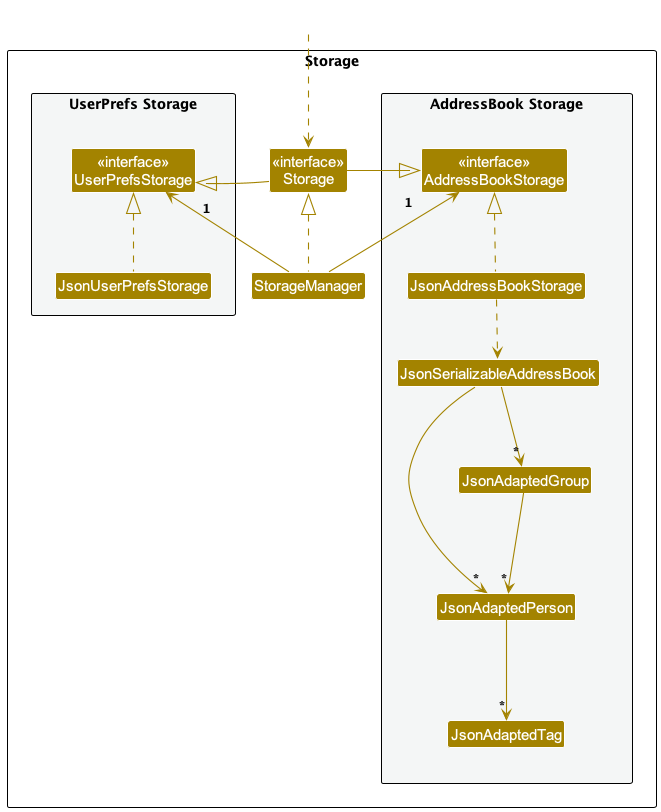
isaacchua0309/tp keeps this PlantUML diagram as docs/diagrams/StorageClassDiagram.png. Above is the earlier version. The source it was exported from:
```plantuml
@startuml
!include style.puml
skinparam arrowThickness 1.1
skinparam arrowColor STORAGE_COLOR
skinparam classBackgroundColor STORAGE_COLOR

package Storage as StoragePackage {

package "UserPrefs Storage" #F4F6F6{
Class "<<interface>>\nUserPrefsStorage" as UserPrefsStorage
Class JsonUserPrefsStorage
}

Class "<<interface>>\nStorage" as Storage
Class StorageManager

package "AddressBook Storage" #F4F6F6{
Class "<<interface>>\nAddressBookStorage" as AddressBookStorage
Class JsonAddressBookStorage
Class JsonSerializableAddressBook
Class JsonAdaptedPerson
Class JsonAdaptedTag
Class JsonAdaptedGroup
}

}

Class HiddenOutside #FFFFFF
HiddenOutside ..> Storage

StorageManager .up.|> Storage
StorageManager -up-> "1" UserPrefsStorage
StorageManager -up-> "1" AddressBookStorage

Storage -left-|> UserPrefsStorage
Storage -right-|> AddressBookStorage

JsonUserPrefsStorage .up.|> UserPrefsStorage
JsonAddressBookStorage .up.|> AddressBookStorage
JsonAddressBookStorage ..> JsonSerializableAddressBook
JsonSerializableAddressBook --> "*" JsonAdaptedPerson
JsonSerializableAddressBook --> "*" JsonAdaptedGroup
JsonAdaptedPerson --> "*" JsonAdaptedTag
JsonAdaptedGroup --> "*" JsonAdaptedPerson

@enduml
```
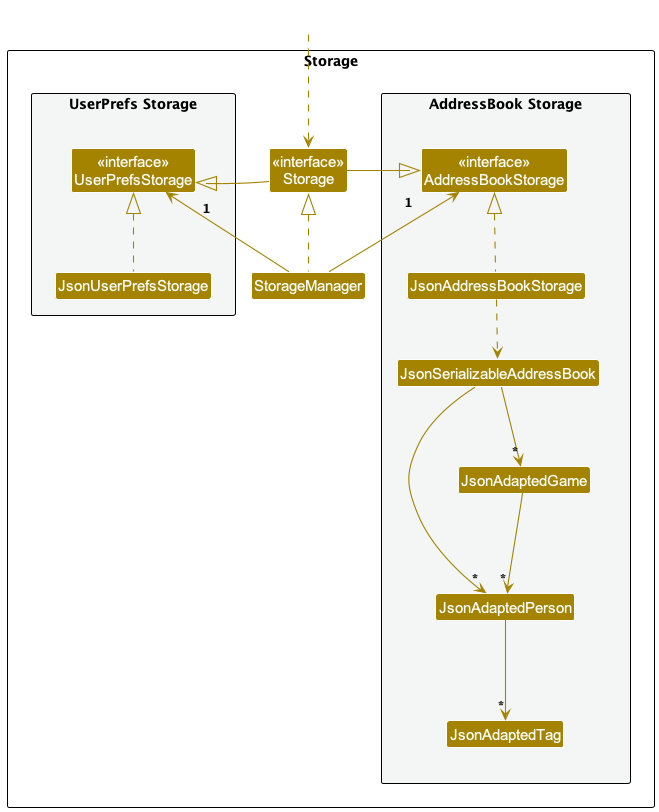
The same file after the commit.

Change to the diagram source:
```diff
@@ -20,7 +20,7 @@
 Class JsonSerializableAddressBook
 Class JsonAdaptedPerson
 Class JsonAdaptedTag
-Class JsonAdaptedGroup
+Class JsonAdaptedGame
 }
 
 }
@@ -39,8 +39,8 @@
 JsonAddressBookStorage .up.|> AddressBookStorage
 JsonAddressBookStorage ..> JsonSerializableAddressBook
 JsonSerializableAddressBook --> "*" JsonAdaptedPerson
-JsonSerializableAddressBook --> "*" JsonAdaptedGroup
+JsonSerializableAddressBook --> "*" JsonAdaptedGame
 JsonAdaptedPerson --> "*" JsonAdaptedTag
-JsonAdaptedGroup --> "*" JsonAdaptedPerson
+JsonAdaptedGame --> "*" JsonAdaptedPerson
 
 @enduml
```
